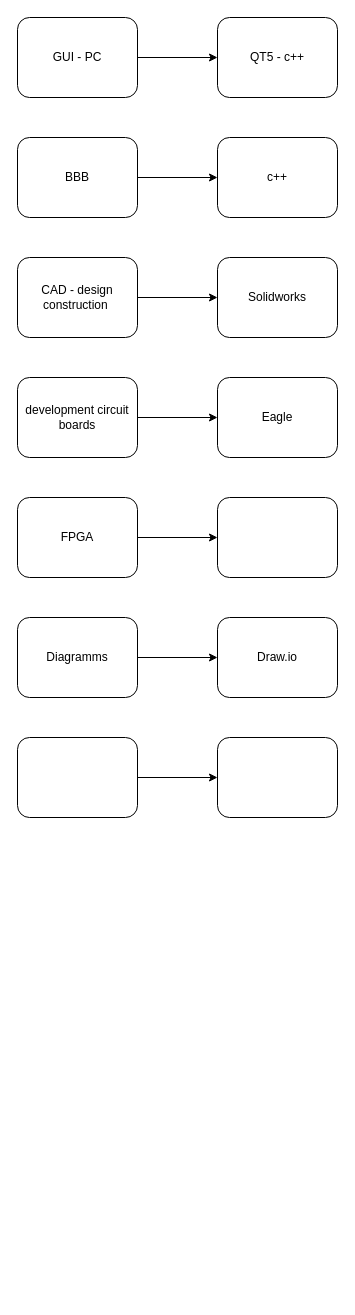
Earlier version of the draw.io diagram Software/Doku/programms.drawio (OgLocGreen/proyecto_sistema_mecatronico_industrial). Source tidied: cells renumbered, new cells numbered last; positions are measured from the earlier drawing's top-left corner, leaving out a move shared by most shapes. Both pictures are drawn from the tidied source at 100%, with x=0, y=0 at pixel (17, 17).
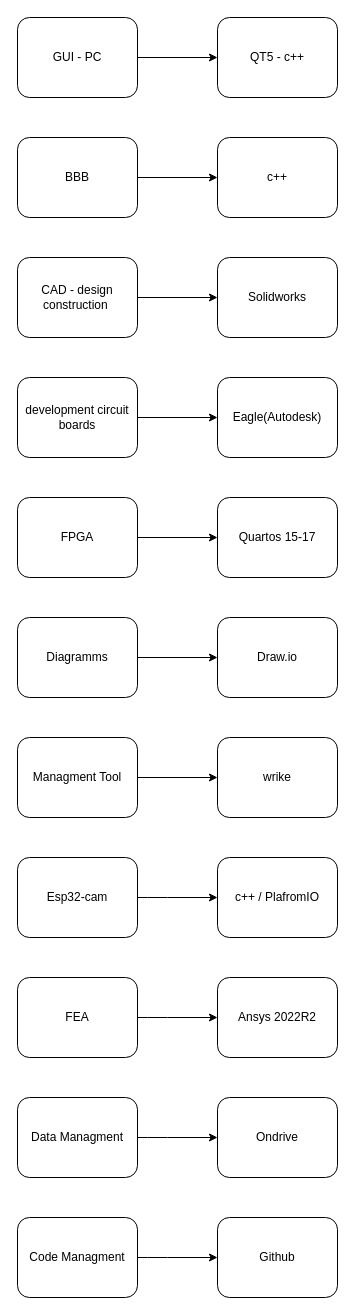
The same diagram, later.

Diff of the diagram source:
```diff
@@
-    <mxCell id="13" value="Eagle" style="whiteSpace=wrap;html=1;rounded=1;" parent="1" vertex="1">
+    <mxCell id="13" value="Eagle(Autodesk)" style="whiteSpace=wrap;html=1;rounded=1;" parent="1" vertex="1">
       <mxGeometry x="200" y="360" width="120" height="80" as="geometry" />
     </mxCell>
@@
-    <mxCell id="16" style="whiteSpace=wrap;html=1;rounded=1;" parent="1" vertex="1">
+    <mxCell id="16" value="Quartos 15-17" style="whiteSpace=wrap;html=1;rounded=1;" parent="1" vertex="1">
       <mxGeometry x="200" y="480" width="120" height="80" as="geometry" />
     </mxCell>
@@
-    <mxCell id="21" style="rounded=1;whiteSpace=wrap;html=1;" parent="1" vertex="1">
+    <mxCell id="21" value="Managment Tool" style="rounded=1;whiteSpace=wrap;html=1;" parent="1" vertex="1">
       <mxGeometry y="720" width="120" height="80" as="geometry" />
     </mxCell>
-    <mxCell id="22" style="whiteSpace=wrap;html=1;rounded=1;" parent="1" vertex="1">
+    <mxCell id="22" value="wrike" style="whiteSpace=wrap;html=1;rounded=1;" parent="1" vertex="1">
       <mxGeometry x="200" y="720" width="120" height="80" as="geometry" />
     </mxCell>
+    <mxCell id="23" style="edgeStyle=none;html=1;" parent="1" edge="1" source="24" target="25">
+      <mxGeometry relative="1" as="geometry">
+        <Array as="points">
+          <mxPoint x="140" y="880" />
+        </Array>
+      </mxGeometry>
+    </mxCell>
+    <mxCell id="24" value="Esp32-cam" style="rounded=1;whiteSpace=wrap;html=1;" parent="1" vertex="1">
+      <mxGeometry y="840" width="120" height="80" as="geometry" />
+    </mxCell>
+    <mxCell id="25" value="c++ / PlafromIO" style="whiteSpace=wrap;html=1;rounded=1;" parent="1" vertex="1">
+      <mxGeometry x="200" y="840" width="120" height="80" as="geometry" />
+    </mxCell>
+    <mxCell id="26" style="edgeStyle=none;html=1;" parent="1" edge="1" source="27" target="28">
+      <mxGeometry relative="1" as="geometry">
+        <Array as="points">
+          <mxPoint x="140" y="1000" />
+        </Array>
+      </mxGeometry>
+    </mxCell>
+    <mxCell id="27" value="FEA" style="rounded=1;whiteSpace=wrap;html=1;" parent="1" vertex="1">
+      <mxGeometry y="960" width="120" height="80" as="geometry" />
+    </mxCell>
+    <mxCell id="28" value="Ansys 2022R2" style="whiteSpace=wrap;html=1;rounded=1;" parent="1" vertex="1">
+      <mxGeometry x="200" y="960" width="120" height="80" as="geometry" />
+    </mxCell>
+    <mxCell id="29" style="edgeStyle=none;html=1;" parent="1" edge="1" source="30" target="31">
+      <mxGeometry relative="1" as="geometry">
+        <Array as="points">
+          <mxPoint x="140" y="1120" />
+        </Array>
+      </mxGeometry>
+    </mxCell>
+    <mxCell id="30" value="Data Managment" style="rounded=1;whiteSpace=wrap;html=1;" parent="1" vertex="1">
+      <mxGeometry y="1080" width="120" height="80" as="geometry" />
+    </mxCell>
+    <mxCell id="31" value="Ondrive" style="whiteSpace=wrap;html=1;rounded=1;" parent="1" vertex="1">
+      <mxGeometry x="200" y="1080" width="120" height="80" as="geometry" />
+    </mxCell>
+    <mxCell id="32" style="edgeStyle=none;html=1;" parent="1" edge="1" source="33" target="34">
+      <mxGeometry relative="1" as="geometry">
+        <Array as="points">
+          <mxPoint x="140" y="1240" />
+        </Array>
+      </mxGeometry>
+    </mxCell>
+    <mxCell id="33" value="Code Managment" style="rounded=1;whiteSpace=wrap;html=1;" parent="1" vertex="1">
+      <mxGeometry y="1200" width="120" height="80" as="geometry" />
+    </mxCell>
+    <mxCell id="34" value="Github" style="whiteSpace=wrap;html=1;rounded=1;" parent="1" vertex="1">
+      <mxGeometry x="200" y="1200" width="120" height="80" as="geometry" />
+    </mxCell>
```
